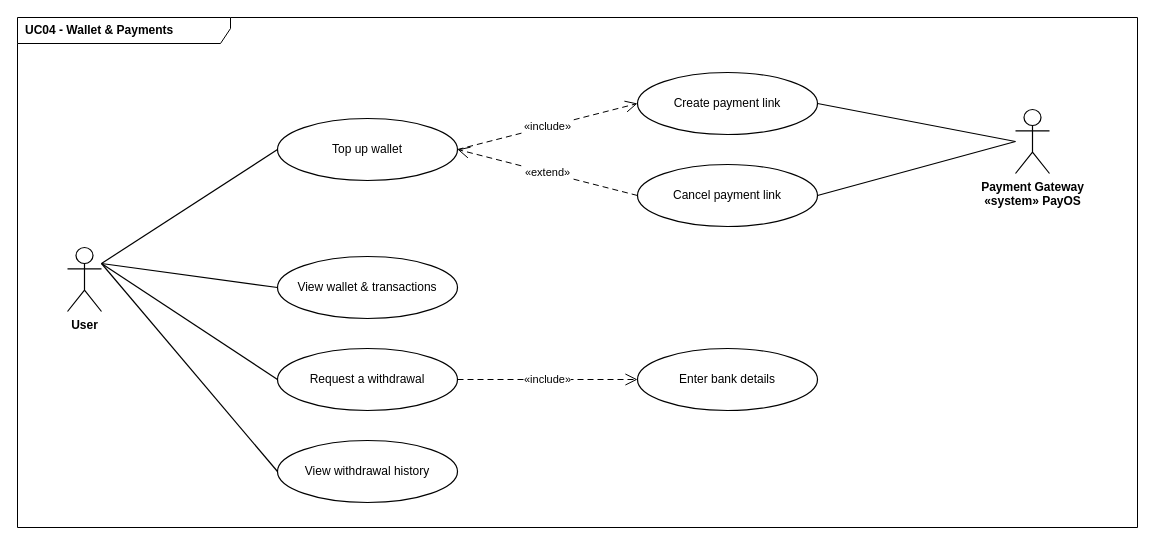
Earlier version of the draw.io diagram page "UC04 - Wallet & Payments" (5 of 7) of docs/system-design/drawio/05-use-case-diagram.drawio (tdat-dev/Zoldify_Backend). Source tidied: cells renumbered, new cells numbered last; positions are measured from the earlier drawing's top-left corner, leaving out a move shared by most shapes. Both pictures are drawn from the tidied source at 100%, with x=0, y=0 at pixel (17, 17).
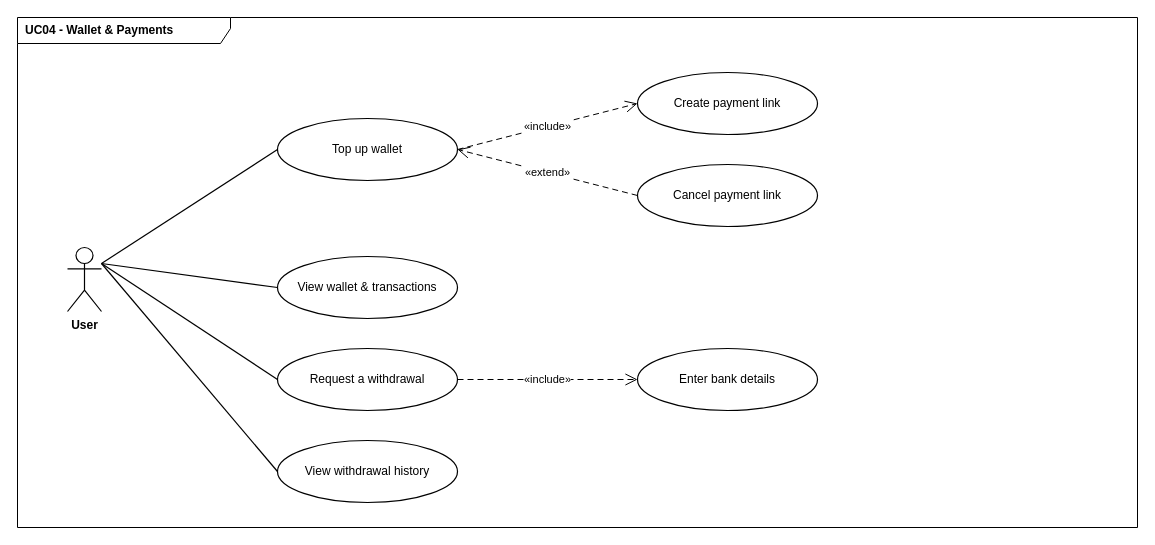
Above is the later version.

Commit message (it also covers changes not shown here):
docs(system-design): chỉnh tay của nhóm trên use case, class và sequence

Sửa trực tiếp trong draw.io: bỏ actor hệ thống (GHN, PayOS, FCM) và khung
hệ thống ở các trang use case, bỏ tiêu đề khung Domain Model, bỏ các ghi
chú trên trang sequence.

Lưu ý: chạy lại drawio-class/sequence/usecase.mjs sẽ đè mất các chỉnh tay
này vì nguồn spec chưa đổi theo.

Unchanged cells that the change refers to:
```xml
<mxCell id="6" value="Create payment link" style="ellipse;whiteSpace=wrap;html=1;fontSize=12;fillColor=#FFFFFF;strokeColor=#000000;strokeWidth=1.2;spacing=8;fontFamily=Helvetica;fontColor=#000000;" parent="1" vertex="1">
  <mxGeometry x="620" y="55" width="180" height="62" as="geometry" />
</mxCell>
<mxCell id="8" value="Cancel payment link" style="ellipse;whiteSpace=wrap;html=1;fontSize=12;fillColor=#FFFFFF;strokeColor=#000000;strokeWidth=1.2;spacing=8;fontFamily=Helvetica;fontColor=#000000;" parent="1" vertex="1">
  <mxGeometry x="620" y="147" width="180" height="62" as="geometry" />
</mxCell>
```

Change to the diagram source:
```diff
@@
-    <mxCell id="18" value="Payment Gateway&lt;br&gt;«system» PayOS" style="shape=umlActor;verticalLabelPosition=bottom;verticalAlign=top;html=1;outlineConnect=0;fontSize=12;fontStyle=1;fillColor=#FFFFFF;strokeColor=#000000;strokeWidth=1.2;fontFamily=Helvetica;fontColor=#000000;" parent="1" vertex="1">
-      <mxGeometry x="998" y="92" width="34" height="64" as="geometry" />
-    </mxCell>
-    <mxCell id="19" style="edgeStyle=none;html=1;rounded=0;endArrow=none;strokeColor=#000000;strokeWidth=1.2;exitX=1;exitY=0.5;exitDx=0;exitDy=0;exitPerimeter=0;entryX=0;entryY=0.5;entryDx=0;entryDy=0;entryPerimeter=0;" parent="1" edge="1" source="6" target="18">
-      <mxGeometry relative="1" as="geometry" />
-    </mxCell>
-    <mxCell id="20" style="edgeStyle=none;html=1;rounded=0;endArrow=none;strokeColor=#000000;strokeWidth=1.2;exitX=1;exitY=0.5;exitDx=0;exitDy=0;exitPerimeter=0;entryX=0;entryY=0.5;entryDx=0;entryDy=0;entryPerimeter=0;" parent="1" edge="1" source="8" target="18">
-      <mxGeometry relative="1" as="geometry" />
-    </mxCell>
```
